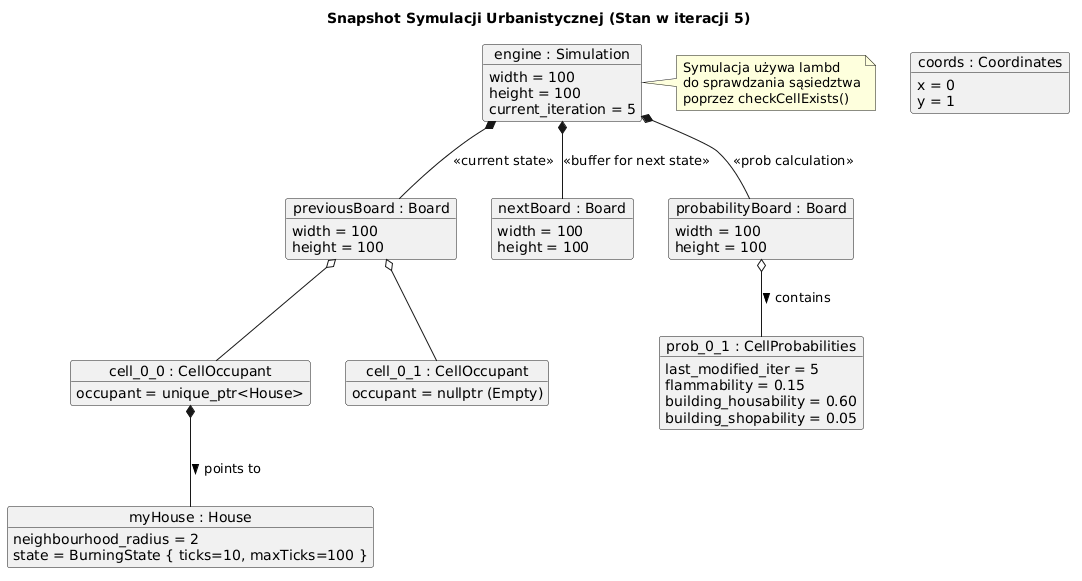
Above: meta/object-diagram.png in sz3kz/Urbanization-Simulation (PlantUML), before the change.
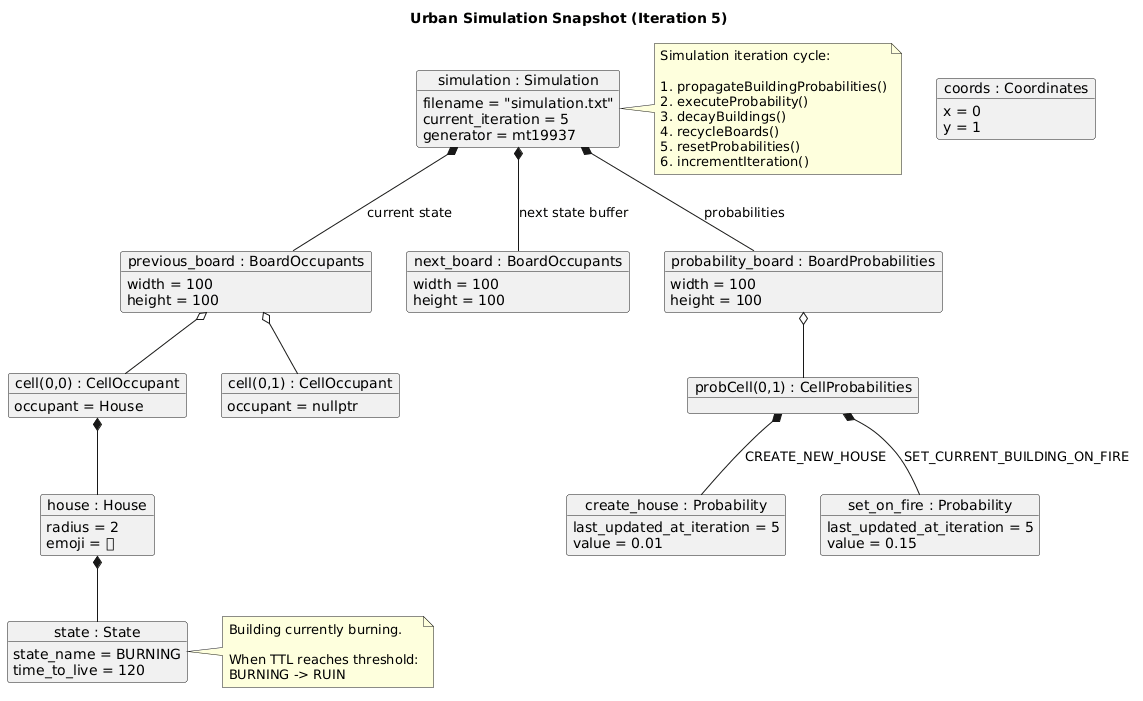
After the commit.

What changed in the source:
```diff
@@ -1,61 +1,101 @@
 @startuml
-title Snapshot Symulacji Urbanistycznej (Stan w iteracji 5)
+title Urban Simulation Snapshot (Iteration 5)
 
-object "engine : Simulation" as Sim {
-    width = 100
-    height = 100
+
+object "simulation : Simulation" as Sim {
+    filename = "simulation.txt"
     current_iteration = 5
+    generator = mt19937
 }
 
-object "previousBoard : Board" as B1 {
+
+object "previous_board : BoardOccupants" as Prev {
     width = 100
     height = 100
 }
 
-object "nextBoard : Board" as B2 {
+object "next_board : BoardOccupants" as Next {
     width = 100
     height = 100
 }
 
-object "probabilityBoard : Board" as B3 {
+object "probability_board : BoardProbabilities" as Prob {
     width = 100
     height = 100
 }
 
-Sim *-- B1 : <<current state>>
-Sim *-- B2 : <<buffer for next state>>
-Sim *-- B3 : <<prob calculation>>
+Sim *-- Prev : current state
+Sim *-- Next : next state buffer
+Sim *-- Prob : probabilities
 
-object "cell_0_0 : CellOccupant" as C1 {
-    occupant = unique_ptr<House>
+
+object "cell(0,0) : CellOccupant" as C1 {
+    occupant = House
 }
 
-object "cell_0_1 : CellOccupant" as C2 {
-    occupant = nullptr (Empty)
+object "cell(0,1) : CellOccupant" as C2 {
+    occupant = nullptr
 }
 
-object "myHouse : House" as H1 {
-    neighbourhood_radius = 2
-    state = BurningState { ticks=10, maxTicks=100 }
+Prev o-- C1
+Prev o-- C2
+
+
+object "house : House" as H1 {
+    radius = 2
+    emoji = 🏠
 }
 
-object "prob_0_1 : CellProbabilities" as P1 {
-    last_modified_iter = 5
-    flammability = 0.15
-    building_housability = 0.60
-    building_shopability = 0.05
+C1 *-- H1
+
+
+object "state : State" as S1 {
+    state_name = BURNING
+    time_to_live = 120
 }
 
-B1 o-- C1
-B1 o-- C2
-C1 *-- H1 : points to >
+H1 *-- S1
 
-B3 o-- P1 : contains >
+
+object "probCell(0,1) : CellProbabilities" as PC1
+
+Prob o-- PC1
+
+object "create_house : Probability" as P1 {
+    last_updated_at_iteration = 5
+    value = 0.01
+}
+
+object "set_on_fire : Probability" as P2 {
+    last_updated_at_iteration = 5
+    value = 0.15
+}
+
+PC1 *-- P1 : CREATE_NEW_HOUSE
+PC1 *-- P2 : SET_CURRENT_BUILDING_ON_FIRE
+
 
 object "coords : Coordinates" as CRD {
     x = 0
     y = 1
 }
 
-note right of Sim : Symulacja używa lambd\ndo sprawdzania sąsiedztwa\npoprzez checkCellExists()
+
+note right of Sim
+Simulation iteration cycle:
+
+1. propagateBuildingProbabilities()
+2. executeProbability()
+3. decayBuildings()
+4. recycleBoards()
+5. resetProbabilities()
+6. incrementIteration()
+end note
+
+note right of S1
+Building currently burning.
+
+When TTL reaches threshold:
+BURNING -> RUIN
+end note
 @enduml
```
